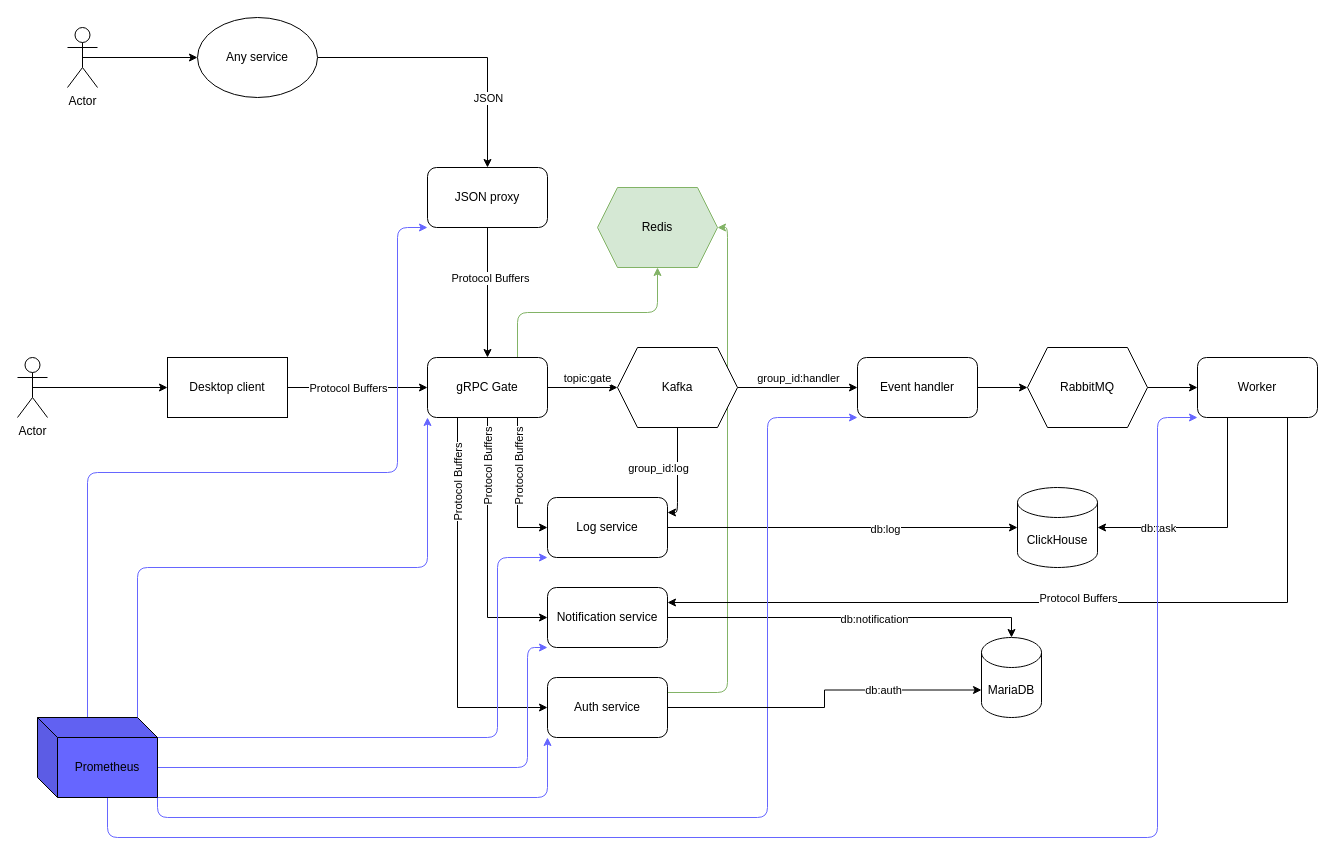
Above: page "New" (1 of 2) of scheme.drawio in gbh007/petus-projectus (draw.io), before the change. Source tidied: cells renumbered, new cells numbered last; positions are measured from the earlier drawing's top-left corner, leaving out a move shared by most shapes. Both pictures are drawn from the tidied source at 100%, with x=0, y=0 at pixel (17, 17).
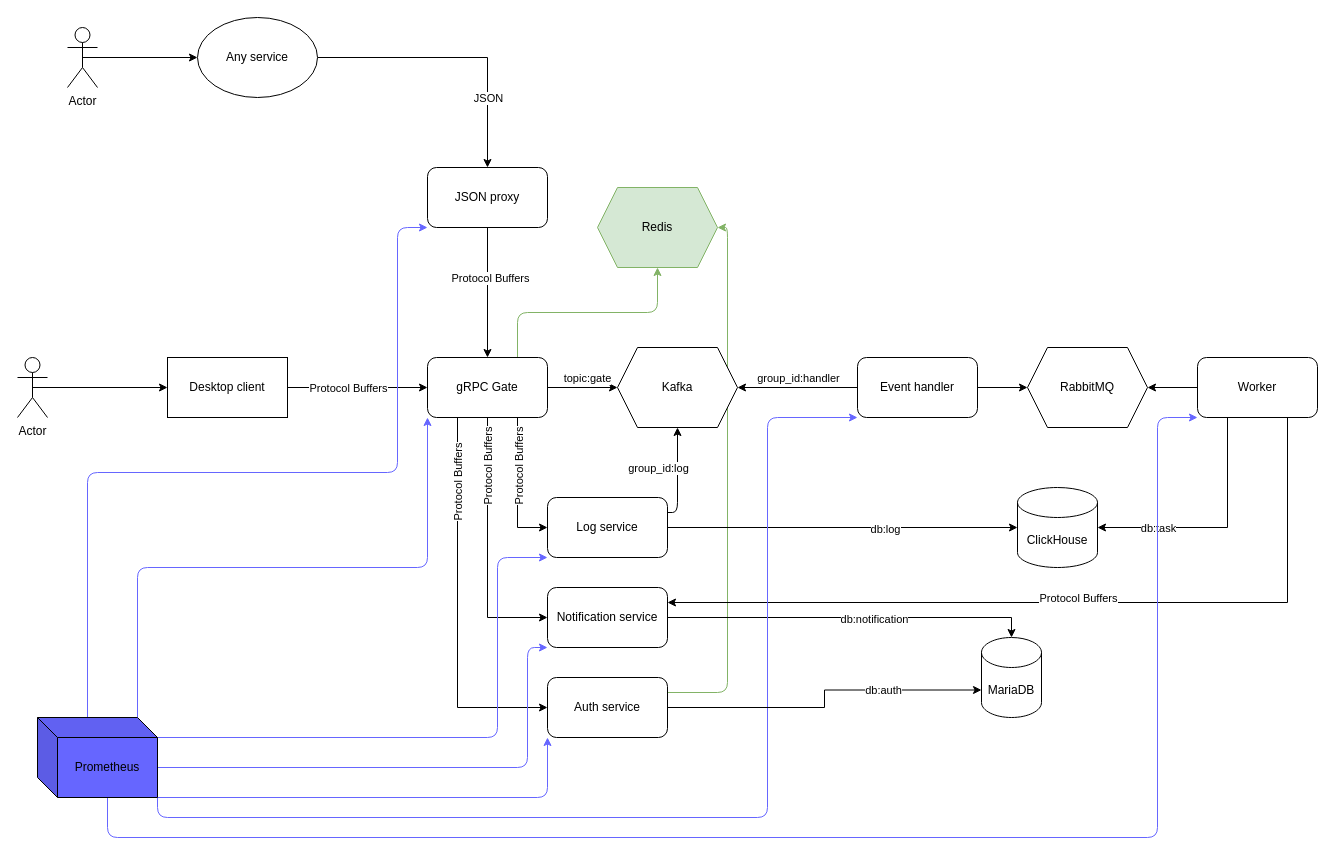
The same diagram, later.

The change refers to these unchanged cells:
```xml
<mxCell id="8" value="Kafka" style="shape=hexagon;perimeter=hexagonPerimeter2;whiteSpace=wrap;html=1;fixedSize=1;" parent="1" vertex="1">
  <mxGeometry x="600" y="330" width="120" height="80" as="geometry" />
</mxCell>
<mxCell id="10" value="RabbitMQ" style="shape=hexagon;perimeter=hexagonPerimeter2;whiteSpace=wrap;html=1;fixedSize=1;" parent="1" vertex="1">
  <mxGeometry x="1010" y="330" width="120" height="80" as="geometry" />
</mxCell>
<mxCell id="12" value="Event handler" style="rounded=1;whiteSpace=wrap;html=1;" parent="1" vertex="1">
  <mxGeometry x="840" y="340" width="120" height="60" as="geometry" />
</mxCell>
<mxCell id="16" value="Worker" style="rounded=1;whiteSpace=wrap;html=1;" parent="1" vertex="1">
  <mxGeometry x="1180" y="340" width="120" height="60" as="geometry" />
</mxCell>
<mxCell id="41" value="Log service" style="rounded=1;whiteSpace=wrap;html=1;" parent="1" vertex="1">
  <mxGeometry x="530" y="480" width="120" height="60" as="geometry" />
</mxCell>
```

Change to the diagram source:
```diff
@@
-    <mxCell id="5" style="edgeStyle=orthogonalEdgeStyle;rounded=0;jettySize=auto;html=1;exitX=1;exitY=0.5;exitDx=0;exitDy=0;entryX=0;entryY=0.5;entryDx=0;entryDy=0;" parent="1" edge="1" source="8" target="12">
+    <mxCell id="5" style="edgeStyle=orthogonalEdgeStyle;rounded=0;jettySize=auto;html=1;exitX=0;exitY=0.5;exitDx=0;exitDy=0;entryX=1;entryY=0.5;entryDx=0;entryDy=0;" parent="1" edge="1" source="12" target="8">
       <mxGeometry relative="1" as="geometry" />
     </mxCell>
     <mxCell id="6" value="group_id:handler" style="edgeLabel;html=1;align=center;verticalAlign=middle;" parent="5" vertex="1">
       <mxGeometry x="-0.21" relative="1" as="geometry">
-        <mxPoint x="13" y="-10" as="offset" />
+        <mxPoint x="-13" y="-10" as="offset" />
       </mxGeometry>
     </mxCell>
-    <mxCell id="7" style="edgeStyle=orthogonalEdgeStyle;html=1;exitX=0.5;exitY=1;exitDx=0;exitDy=0;entryX=1;entryY=0.25;entryDx=0;entryDy=0;" parent="1" edge="1" source="8" target="41">
+    <mxCell id="7" style="edgeStyle=orthogonalEdgeStyle;html=1;exitX=1;exitY=0.25;exitDx=0;exitDy=0;entryX=0.5;entryY=1;entryDx=0;entryDy=0;" parent="1" edge="1" source="41" target="8">
       <mxGeometry relative="1" as="geometry" />
     </mxCell>
@@
-    <mxCell id="9" style="edgeStyle=orthogonalEdgeStyle;rounded=0;jettySize=auto;html=1;exitX=1;exitY=0.5;exitDx=0;exitDy=0;entryX=0;entryY=0.5;entryDx=0;entryDy=0;" parent="1" edge="1" source="10" target="16">
+    <mxCell id="9" style="edgeStyle=orthogonalEdgeStyle;rounded=0;jettySize=auto;html=1;exitX=0;exitY=0.5;exitDx=0;exitDy=0;entryX=1;entryY=0.5;entryDx=0;entryDy=0;" parent="1" edge="1" source="16" target="10">
       <mxGeometry relative="1" as="geometry" />
     </mxCell>
```
